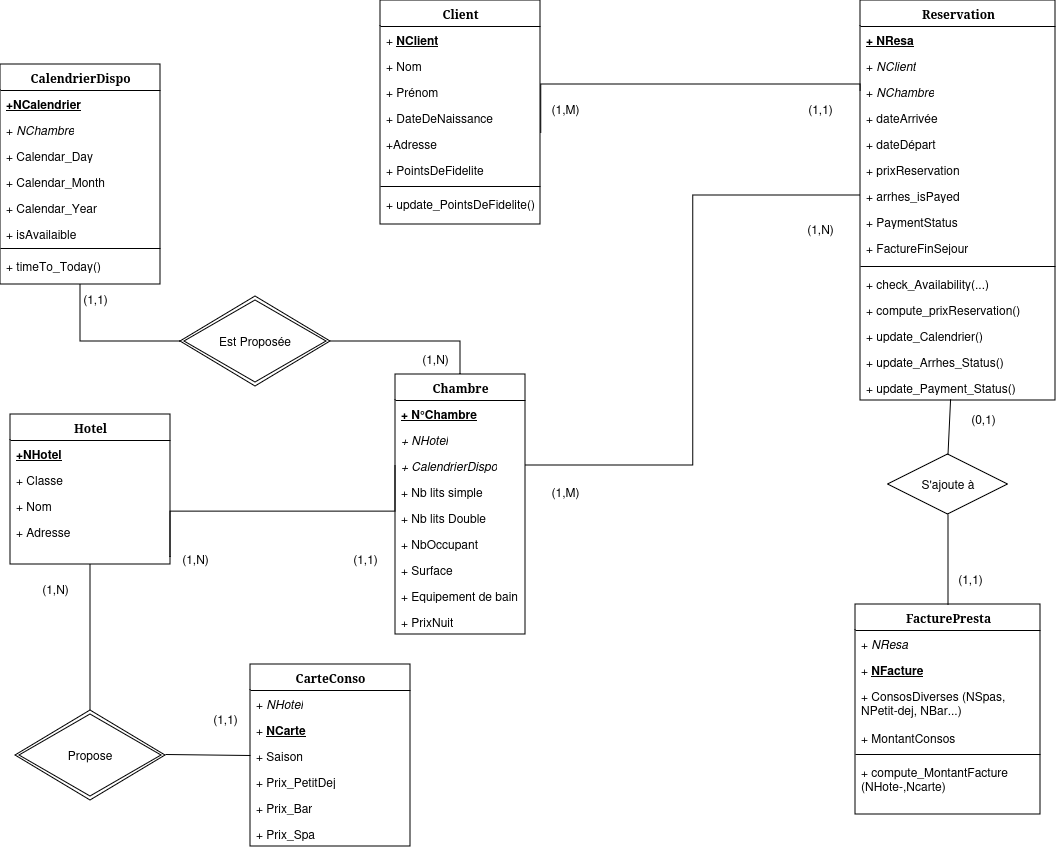
Before: EA.drawio.png, a diagram exported from draw.io (Adrien-bot/Biostat-BDD). Source tidied: cells renumbered, new cells last; positions are measured from the earlier drawing's top-left corner, leaving out a move shared by most shapes.
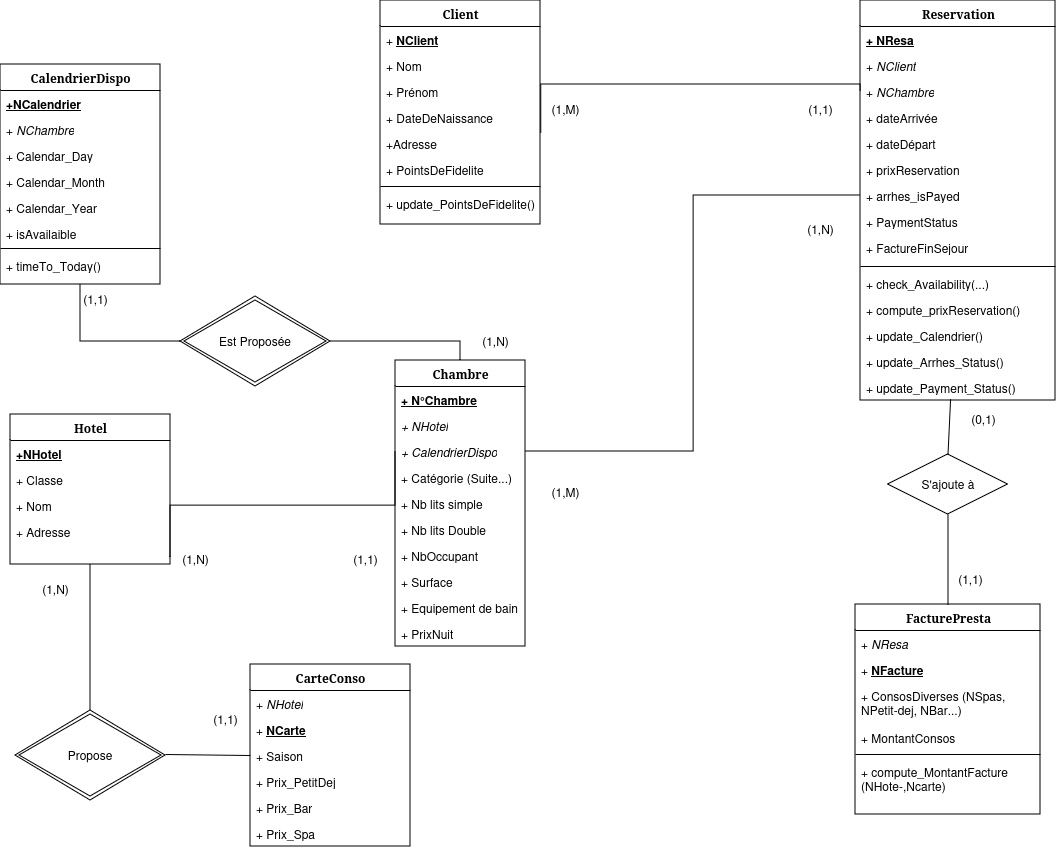
Above is the later version.

Change to the diagram source:
```diff
@@ -9,7 +9,7 @@
       </mxGeometry>
     </mxCell>
     <mxCell id="3" value="Chambre" style="swimlane;html=1;fontStyle=1;align=center;verticalAlign=top;horizontal=1;startSize=26;swimlaneFillColor=#ffffff;rounded=0;shadow=0;comic=0;labelBackgroundColor=none;strokeWidth=1;fillColor=none;fontFamily=Verdana;fontSize=12;" parent="1" vertex="1">
-      <mxGeometry x="395" y="374" width="130" height="260" as="geometry" />
+      <mxGeometry x="395" y="360" width="130" height="286" as="geometry" />
     </mxCell>
     <mxCell id="4" value="&lt;b&gt;&lt;u&gt;+ N°Chambre&lt;/u&gt;&lt;/b&gt;" style="text;html=1;strokeColor=none;fillColor=none;align=left;verticalAlign=top;spacingLeft=4;spacingRight=4;whiteSpace=wrap;overflow=hidden;" parent="3" vertex="1">
       <mxGeometry y="26" width="130" height="26" as="geometry" />
@@ -20,23 +20,26 @@
     <mxCell id="6" value="&lt;i&gt;+ CalendrierDispo&lt;/i&gt;" style="text;html=1;strokeColor=none;fillColor=none;align=left;verticalAlign=top;spacingLeft=4;spacingRight=4;whiteSpace=wrap;overflow=hidden;points=[[0,0.5],[1,0.5]];portConstraint=eastwest;" parent="3" vertex="1">
       <mxGeometry y="78" width="130" height="26" as="geometry" />
     </mxCell>
+    <mxCell id="91" value="+ Catégorie (Suite...)" style="text;html=1;strokeColor=none;fillColor=none;align=left;verticalAlign=top;spacingLeft=4;spacingRight=4;whiteSpace=wrap;overflow=hidden;" parent="3" vertex="1">
+      <mxGeometry y="104" width="130" height="26" as="geometry" />
+    </mxCell>
     <mxCell id="7" value="+ Nb lits simple" style="text;html=1;strokeColor=none;fillColor=none;align=left;verticalAlign=top;spacingLeft=4;spacingRight=4;whiteSpace=wrap;overflow=hidden;" parent="3" vertex="1">
-      <mxGeometry y="104" width="130" height="26" as="geometry" />
+      <mxGeometry y="130" width="130" height="26" as="geometry" />
     </mxCell>
     <mxCell id="8" value="+ Nb lits Double" style="text;html=1;strokeColor=none;fillColor=none;align=left;verticalAlign=top;spacingLeft=4;spacingRight=4;whiteSpace=wrap;overflow=hidden;" parent="3" vertex="1">
-      <mxGeometry y="130" width="130" height="26" as="geometry" />
+      <mxGeometry y="156" width="130" height="26" as="geometry" />
     </mxCell>
     <mxCell id="9" value="+ NbOccupant" style="text;html=1;strokeColor=none;fillColor=none;align=left;verticalAlign=top;spacingLeft=4;spacingRight=4;whiteSpace=wrap;overflow=hidden;" parent="3" vertex="1">
-      <mxGeometry y="156" width="130" height="26" as="geometry" />
+      <mxGeometry y="182" width="130" height="26" as="geometry" />
     </mxCell>
     <mxCell id="10" value="+ Surface" style="text;html=1;strokeColor=none;fillColor=none;align=left;verticalAlign=top;spacingLeft=4;spacingRight=4;whiteSpace=wrap;overflow=hidden;" parent="3" vertex="1">
-      <mxGeometry y="182" width="130" height="26" as="geometry" />
+      <mxGeometry y="208" width="130" height="26" as="geometry" />
     </mxCell>
     <mxCell id="11" value="+ Equipement de bain" style="text;html=1;strokeColor=none;fillColor=none;align=left;verticalAlign=top;spacingLeft=4;spacingRight=4;whiteSpace=wrap;overflow=hidden;" parent="3" vertex="1">
-      <mxGeometry y="208" width="130" height="26" as="geometry" />
+      <mxGeometry y="234" width="130" height="26" as="geometry" />
     </mxCell>
     <mxCell id="12" value="+ PrixNuit" style="text;html=1;strokeColor=none;fillColor=none;align=left;verticalAlign=top;spacingLeft=4;spacingRight=4;whiteSpace=wrap;overflow=hidden;" parent="3" vertex="1">
-      <mxGeometry y="234" width="130" height="26" as="geometry" />
+      <mxGeometry y="260" width="130" height="26" as="geometry" />
     </mxCell>
     <mxCell id="13" value="Hotel" style="swimlane;html=1;fontStyle=1;align=center;verticalAlign=top;horizontal=1;startSize=26;swimlaneFillColor=#ffffff;rounded=0;shadow=0;comic=0;labelBackgroundColor=none;strokeWidth=1;fillColor=none;fontFamily=Verdana;fontSize=12;" parent="1" vertex="1">
       <mxGeometry x="10" y="414" width="160" height="150" as="geometry" />
@@ -217,7 +220,7 @@
       <mxGeometry x="70" y="284" width="50" height="30" as="geometry" />
     </mxCell>
     <mxCell id="71" value="(1,N)" style="text;html=1;align=center;verticalAlign=middle;strokeColor=none;fillColor=none;" parent="1" vertex="1">
-      <mxGeometry x="410" y="344" width="50" height="30" as="geometry" />
+      <mxGeometry x="470" y="326" width="50" height="30" as="geometry" />
     </mxCell>
     <mxCell id="72" style="endArrow=none;html=1;rounded=0;entryX=0;entryY=0.5;entryDx=0;entryDy=0;exitX=1.004;exitY=0.123;exitDx=0;exitDy=0;exitPerimeter=0;edgeStyle=elbowEdgeStyle;elbow=vertical;" parent="1" edge="1" source="23" target="39">
       <mxGeometry relative="1" as="geometry">
```
